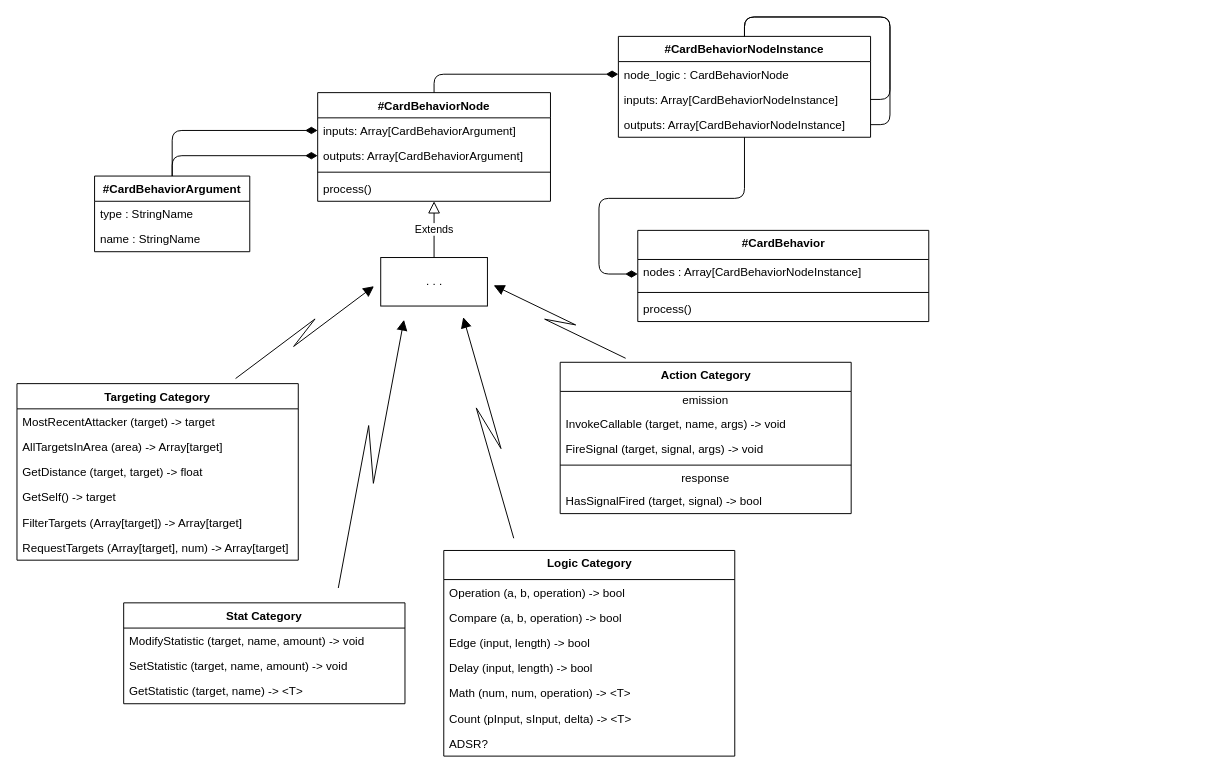
NobleMetalLabs/draft-game keeps this draw.io diagram as page "CardBehaviorNodeClassDiagram" (1 of 3) of uml/card-functionality-framework.dio. Above is the earlier version. Source tidied: cells renumbered, new cells numbered last; positions are measured from the earlier drawing's top-left corner, leaving out a move shared by most shapes. Both pictures are drawn from the tidied source at 97%, with x=0, y=0 at pixel (16, 16).
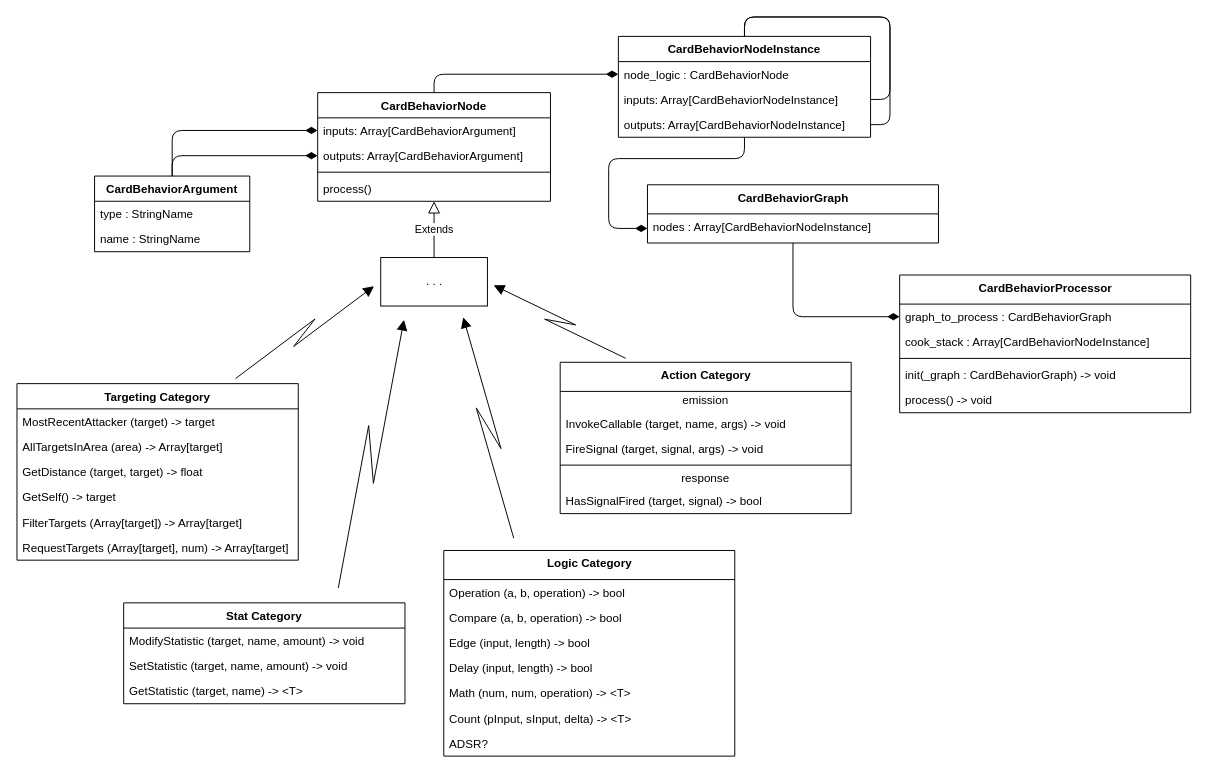
The same diagram, later.

Commit message (it also covers changes not shown here):
Rework processing strategy, create UML

Unchanged cells that the change refers to:
```xml
<mxCell id="52" value="nodes : Array[CardBehaviorNodeInstance]" style="text;strokeColor=none;fillColor=none;align=left;verticalAlign=top;spacingLeft=4;spacingRight=4;overflow=hidden;points=[[0,0.5],[1,0.5]];portConstraint=eastwest;fontColor=default;" parent="51" vertex="1">
  <mxGeometry y="30" width="300" height="30" as="geometry" />
</mxCell>
```

Diff of the diagram source:
```diff
@@
-    <mxCell id="2" value="#CardBehaviorNode" style="swimlane;fontStyle=1;align=center;verticalAlign=top;horizontal=1;startSize=26;" parent="1" vertex="1">
+    <mxCell id="2" value="CardBehaviorNode" style="swimlane;fontStyle=1;align=center;verticalAlign=top;horizontal=1;startSize=26;" parent="1" vertex="1">
       <mxGeometry x="310" y="78" width="240" height="112" as="geometry" />
     </mxCell>
@@
-    <mxCell id="7" value="#CardBehaviorArgument" style="swimlane;fontStyle=1;align=center;verticalAlign=top;horizontal=1;startSize=26;" parent="1" vertex="1">
+    <mxCell id="7" value="CardBehaviorArgument" style="swimlane;fontStyle=1;align=center;verticalAlign=top;horizontal=1;startSize=26;" parent="1" vertex="1">
       <mxGeometry x="80" y="164" width="160" height="78" as="geometry" />
     </mxCell>
@@
-    <mxCell id="14" value="#CardBehaviorNodeInstance" style="swimlane;fontStyle=1;align=center;verticalAlign=top;horizontal=1;startSize=26;" parent="1" vertex="1">
+    <mxCell id="14" value="CardBehaviorNodeInstance" style="swimlane;fontStyle=1;align=center;verticalAlign=top;horizontal=1;startSize=26;" parent="1" vertex="1">
       <mxGeometry x="620" y="20" width="260" height="104" as="geometry" />
     </mxCell>
@@
-    <mxCell id="51" value="&lt;span style=&quot;font-weight: 700;&quot;&gt;#CardBehavior&lt;br&gt;&lt;/span&gt;" style="swimlane;fontStyle=0;align=center;verticalAlign=top;horizontal=1;startSize=30;html=1;" parent="1" vertex="1">
-      <mxGeometry x="640" y="220" width="300" height="94" as="geometry" />
+    <mxCell id="51" value="&lt;span style=&quot;font-weight: 700;&quot;&gt;CardBehaviorGraph&lt;br&gt;&lt;/span&gt;" style="swimlane;fontStyle=0;align=center;verticalAlign=top;horizontal=1;startSize=30;html=1;" parent="1" vertex="1">
+      <mxGeometry x="650" y="173" width="300" height="60" as="geometry" />
     </mxCell>
@@
-    <mxCell id="53" style="line;strokeWidth=1;fillColor=none;align=left;verticalAlign=middle;spacingTop=-1;spacingLeft=3;spacingRight=3;labelPosition=right;" parent="51" vertex="1">
-      <mxGeometry y="60" width="300" height="8" as="geometry" />
-    </mxCell>
-    <mxCell id="54" value="process()" style="text;strokeColor=none;fillColor=none;align=left;verticalAlign=top;spacingLeft=4;spacingRight=4;overflow=hidden;fontColor=default;" parent="51" vertex="1">
-      <mxGeometry y="68" width="300" height="26" as="geometry" />
-    </mxCell>
-    <mxCell id="55" style="endArrow=diamondThin;endFill=1;endSize=10;html=1;elbow=vertical;startSize=10;edgeStyle=orthogonalEdgeStyle;entryX=0;entryY=0.5;entryDx=0;entryDy=0;" parent="1" edge="1" source="14" target="52">
+    <mxCell id="55" style="endArrow=diamondThin;endFill=1;endSize=10;html=1;elbow=vertical;startSize=10;entryX=0;entryY=0.5;entryDx=0;entryDy=0;edgeStyle=orthogonalEdgeStyle;" parent="1" edge="1" source="14" target="52">
       <mxGeometry relative="1" as="geometry">
         <Array as="points">
-          <mxPoint x="750" y="187" />
-          <mxPoint x="600" y="187" />
-          <mxPoint x="600" y="265" />
+          <mxPoint x="750" y="146" />
+          <mxPoint x="610" y="146" />
+          <mxPoint x="610" y="218" />
         </Array>
       </mxGeometry>
     </mxCell>
+    <mxCell id="56" value="&lt;span style=&quot;font-weight: 700;&quot;&gt;CardBehaviorProcessor&lt;/span&gt;" style="swimlane;fontStyle=0;align=center;verticalAlign=top;horizontal=1;startSize=30;html=1;" parent="1" vertex="1">
+      <mxGeometry x="910" y="266" width="300" height="142" as="geometry" />
+    </mxCell>
+    <mxCell id="57" value="graph_to_process : CardBehaviorGraph" style="text;strokeColor=none;fillColor=none;align=left;verticalAlign=top;spacingLeft=4;spacingRight=4;overflow=hidden;points=[[0,0.5],[1,0.5]];portConstraint=eastwest;fontColor=default;" parent="56" vertex="1">
+      <mxGeometry y="30" width="300" height="26" as="geometry" />
+    </mxCell>
+    <mxCell id="58" value="cook_stack : Array[CardBehaviorNodeInstance]" style="text;strokeColor=none;fillColor=none;align=left;verticalAlign=top;spacingLeft=4;spacingRight=4;overflow=hidden;fontColor=default;" parent="56" vertex="1">
+      <mxGeometry y="56" width="300" height="26" as="geometry" />
+    </mxCell>
+    <mxCell id="59" style="line;strokeWidth=1;fillColor=none;align=left;verticalAlign=middle;spacingTop=-1;spacingLeft=3;spacingRight=3;labelPosition=right;" parent="56" vertex="1">
+      <mxGeometry y="82" width="300" height="8" as="geometry" />
+    </mxCell>
+    <mxCell id="60" value="init(_graph : CardBehaviorGraph) -&gt; void" style="text;strokeColor=none;fillColor=none;align=left;verticalAlign=top;spacingLeft=4;spacingRight=4;overflow=hidden;fontColor=default;" parent="56" vertex="1">
+      <mxGeometry y="90" width="300" height="26" as="geometry" />
+    </mxCell>
+    <mxCell id="61" value="process() -&gt; void" style="text;strokeColor=none;fillColor=none;align=left;verticalAlign=top;spacingLeft=4;spacingRight=4;overflow=hidden;fontColor=default;" parent="56" vertex="1">
+      <mxGeometry y="116" width="300" height="26" as="geometry" />
+    </mxCell>
+    <mxCell id="62" style="endArrow=diamondThin;endFill=1;endSize=10;html=1;elbow=vertical;startSize=10;edgeStyle=orthogonalEdgeStyle;" parent="1" edge="1" source="51" target="57">
+      <mxGeometry relative="1" as="geometry" />
+    </mxCell>
```
